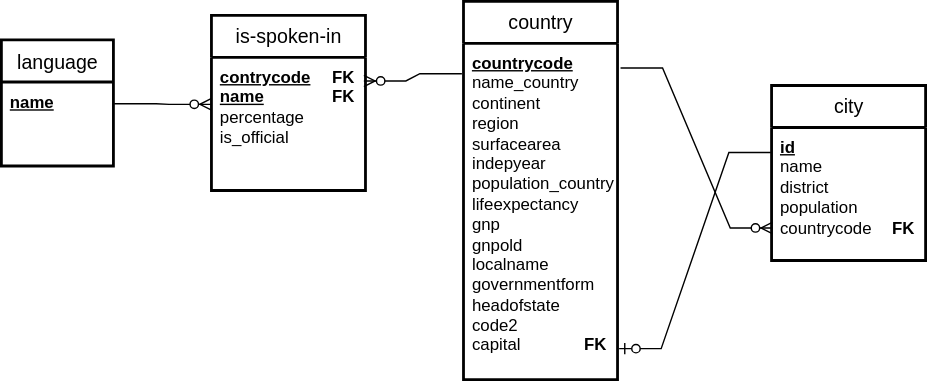
Before: images/modelisation/MRD_world1.svg, a diagram exported from draw.io (bgentou/MA15E045). Source tidied: cells renumbered, new cells last; positions are measured from the earlier drawing's top-left corner, leaving out a move shared by most shapes. The source it was exported from:
```xml
<mxGraphModel>
  <root>
    <mxCell id="0" />
    <mxCell id="1" parent="0" />
    <mxCell id="2" value="language" style="swimlane;horizontal=1;startSize=30;rounded=1;fontSize=14;fontStyle=0;strokeWidth=2;shadow=0;dashed=0;align=center;arcSize=0;whiteSpace=wrap;html=1;" parent="1" vertex="1">
      <mxGeometry y="27.5" width="80" height="90" as="geometry" />
    </mxCell>
    <mxCell id="3" value="&lt;div&gt;&lt;b&gt;&lt;u&gt;name&lt;/u&gt;&lt;/b&gt;&lt;/div&gt;" style="align=left;strokeColor=none;fillColor=none;spacingLeft=4;spacingRight=4;fontSize=12;verticalAlign=top;html=1;whiteSpace=wrap;" parent="2" vertex="1">
      <mxGeometry y="30" width="80" height="60" as="geometry" />
    </mxCell>
    <mxCell id="4" value="country" style="swimlane;horizontal=1;startSize=30;rounded=1;fontSize=14;fontStyle=0;strokeWidth=2;shadow=0;dashed=0;align=center;arcSize=0;whiteSpace=wrap;html=1;" parent="1" vertex="1">
      <mxGeometry x="330" width="110" height="270" as="geometry" />
    </mxCell>
    <mxCell id="5" value="&lt;u&gt;&lt;b&gt;countrycode&lt;/b&gt;&lt;/u&gt;&lt;br&gt;&lt;div&gt;name_country&lt;/div&gt;&lt;div&gt;continent&lt;/div&gt;&lt;div&gt;region&lt;/div&gt;&lt;div&gt;surfacearea&lt;/div&gt;&lt;div&gt;indepyear&lt;/div&gt;&lt;div&gt;population_country&lt;/div&gt;&lt;div&gt;lifeexpectancy&lt;/div&gt;&lt;div&gt;gnp&lt;/div&gt;&lt;div&gt;gnpold&lt;/div&gt;&lt;div&gt;localname&lt;/div&gt;&lt;div&gt;governmentform&lt;/div&gt;&lt;div&gt;headofstate&lt;/div&gt;&lt;div&gt;&lt;span style=&quot;background-color: transparent; color: light-dark(rgb(0, 0, 0), rgb(255, 255, 255));&quot;&gt;code2&lt;/span&gt;&lt;/div&gt;&lt;div&gt;&lt;span style=&quot;background-color: transparent; color: light-dark(rgb(0, 0, 0), rgb(255, 255, 255));&quot;&gt;capital&lt;span style=&quot;white-space: pre;&quot;&gt;&#9;&lt;span style=&quot;white-space: pre;&quot;&gt;&#9;&lt;/span&gt;&lt;/span&gt;&lt;b&gt;FK&lt;/b&gt;&lt;/span&gt;&lt;/div&gt;" style="align=left;strokeColor=none;fillColor=none;spacingLeft=4;spacingRight=4;fontSize=12;verticalAlign=top;html=1;whiteSpace=wrap;" parent="4" vertex="1">
      <mxGeometry y="30" width="110" height="240" as="geometry" />
    </mxCell>
    <mxCell id="6" value="city" style="swimlane;horizontal=1;startSize=30;rounded=1;fontSize=14;fontStyle=0;strokeWidth=2;shadow=0;dashed=0;align=center;arcSize=0;whiteSpace=wrap;html=1;" parent="1" vertex="1">
      <mxGeometry x="550" y="60" width="110" height="125" as="geometry" />
    </mxCell>
    <mxCell id="7" value="&lt;div&gt;&lt;b&gt;&lt;u&gt;id&lt;span style=&quot;white-space: pre;&quot;&gt;&#9;&lt;/span&gt;&lt;/u&gt;&lt;/b&gt;&lt;/div&gt;&lt;div&gt;name&lt;/div&gt;&lt;div&gt;district&lt;/div&gt;&lt;div&gt;population&lt;/div&gt;&lt;div&gt;countrycode&lt;span style=&quot;white-space: pre;&quot;&gt;&#9;&lt;/span&gt;&lt;b&gt;FK&lt;/b&gt;&amp;nbsp;&lt;/div&gt;" style="align=left;strokeColor=none;fillColor=none;spacingLeft=4;spacingRight=4;fontSize=12;verticalAlign=top;html=1;whiteSpace=wrap;" parent="6" vertex="1">
      <mxGeometry y="30" width="110" height="95" as="geometry" />
    </mxCell>
    <mxCell id="8" style="edgeStyle=orthogonalEdgeStyle;rounded=0;orthogonalLoop=1;jettySize=auto;html=1;exitX=0.5;exitY=1;exitDx=0;exitDy=0;" parent="6" edge="1" source="7" target="7">
      <mxGeometry relative="1" as="geometry" />
    </mxCell>
    <mxCell id="9" value="is-spoken-in" style="swimlane;horizontal=1;startSize=30;rounded=1;fontSize=14;fontStyle=0;strokeWidth=2;shadow=0;dashed=0;align=center;arcSize=0;whiteSpace=wrap;html=1;" parent="1" vertex="1">
      <mxGeometry x="150" y="10" width="110" height="125" as="geometry" />
    </mxCell>
    <mxCell id="10" value="&lt;div&gt;&lt;b&gt;&lt;u&gt;contrycode&lt;/u&gt;&lt;/b&gt;&lt;b style=&quot;background-color: transparent; color: light-dark(rgb(0, 0, 0), rgb(255, 255, 255));&quot;&gt;&lt;span style=&quot;white-space: pre;&quot;&gt;&#9;&lt;/span&gt;FK&lt;/b&gt;&lt;/div&gt;&lt;div&gt;&lt;b&gt;&lt;u&gt;name&lt;/u&gt;&lt;span style=&quot;white-space: pre;&quot;&gt;&#9;&lt;/span&gt;&lt;span style=&quot;white-space: pre;&quot;&gt;&#9;&lt;/span&gt;FK&lt;/b&gt;&lt;/div&gt;&lt;div&gt;percentage&lt;/div&gt;&lt;div&gt;is_official&lt;/div&gt;&lt;div&gt;&lt;b&gt;&lt;u&gt;&lt;br&gt;&lt;/u&gt;&lt;/b&gt;&lt;/div&gt;" style="align=left;strokeColor=none;fillColor=none;spacingLeft=4;spacingRight=4;fontSize=12;verticalAlign=top;html=1;whiteSpace=wrap;" parent="9" vertex="1">
      <mxGeometry y="30" width="110" height="95" as="geometry" />
    </mxCell>
    <mxCell id="11" style="edgeStyle=entityRelationEdgeStyle;fontSize=12;html=1;endArrow=ERzeroToOne;endFill=1;rounded=0;entryX=1.006;entryY=0.906;entryDx=0;entryDy=0;entryPerimeter=0;exitX=-0.009;exitY=0.183;exitDx=0;exitDy=0;exitPerimeter=0;" parent="1" edge="1" source="7" target="5">
      <mxGeometry relative="1" as="geometry" />
    </mxCell>
    <mxCell id="12" style="edgeStyle=entityRelationEdgeStyle;fontSize=12;html=1;endArrow=ERzeroToMany;endFill=1;rounded=0;exitX=-0.015;exitY=0.088;exitDx=0;exitDy=0;exitPerimeter=0;entryX=0.985;entryY=0.171;entryDx=0;entryDy=0;entryPerimeter=0;" parent="1" edge="1" source="5" target="10">
      <mxGeometry relative="1" as="geometry" />
    </mxCell>
    <mxCell id="13" style="edgeStyle=entityRelationEdgeStyle;fontSize=12;html=1;endArrow=ERzeroToMany;endFill=1;rounded=0;exitX=1;exitY=0.25;exitDx=0;exitDy=0;entryX=-0.007;entryY=0.347;entryDx=0;entryDy=0;entryPerimeter=0;" parent="1" edge="1" source="3" target="10">
      <mxGeometry relative="1" as="geometry" />
    </mxCell>
    <mxCell id="14" style="edgeStyle=entityRelationEdgeStyle;fontSize=12;html=1;endArrow=ERzeroToMany;endFill=1;rounded=0;exitX=1.015;exitY=0.071;exitDx=0;exitDy=0;exitPerimeter=0;entryX=0;entryY=0.75;entryDx=0;entryDy=0;" parent="1" edge="1" source="5" target="7">
      <mxGeometry relative="1" as="geometry" />
    </mxCell>
  </root>
</mxGraphModel>
```
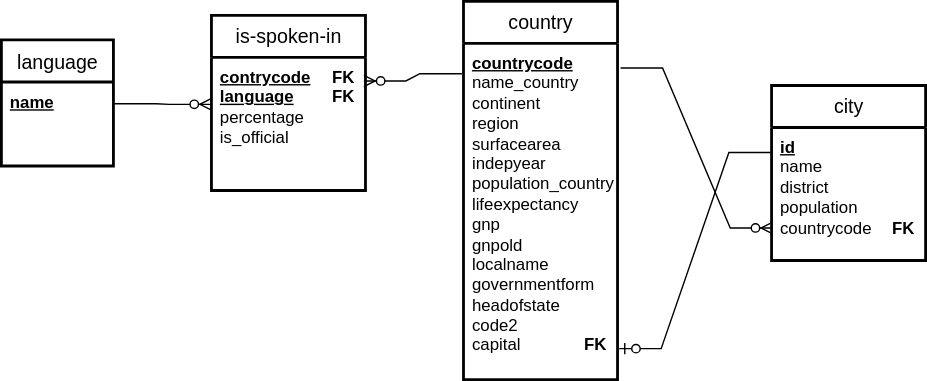
The same diagram one commit later.

Diff of the diagram source:
```diff
@@ -26,7 +26,7 @@
     <mxCell id="9" value="is-spoken-in" style="swimlane;horizontal=1;startSize=30;rounded=1;fontSize=14;fontStyle=0;strokeWidth=2;shadow=0;dashed=0;align=center;arcSize=0;whiteSpace=wrap;html=1;" parent="1" vertex="1">
       <mxGeometry x="150" y="10" width="110" height="125" as="geometry" />
     </mxCell>
-    <mxCell id="10" value="&lt;div&gt;&lt;b&gt;&lt;u&gt;contrycode&lt;/u&gt;&lt;/b&gt;&lt;b style=&quot;background-color: transparent; color: light-dark(rgb(0, 0, 0), rgb(255, 255, 255));&quot;&gt;&lt;span style=&quot;white-space: pre;&quot;&gt;&#9;&lt;/span&gt;FK&lt;/b&gt;&lt;/div&gt;&lt;div&gt;&lt;b&gt;&lt;u&gt;name&lt;/u&gt;&lt;span style=&quot;white-space: pre;&quot;&gt;&#9;&lt;/span&gt;&lt;span style=&quot;white-space: pre;&quot;&gt;&#9;&lt;/span&gt;FK&lt;/b&gt;&lt;/div&gt;&lt;div&gt;percentage&lt;/div&gt;&lt;div&gt;is_official&lt;/div&gt;&lt;div&gt;&lt;b&gt;&lt;u&gt;&lt;br&gt;&lt;/u&gt;&lt;/b&gt;&lt;/div&gt;" style="align=left;strokeColor=none;fillColor=none;spacingLeft=4;spacingRight=4;fontSize=12;verticalAlign=top;html=1;whiteSpace=wrap;" parent="9" vertex="1">
+    <mxCell id="10" value="&lt;div&gt;&lt;b&gt;&lt;u&gt;contrycode&lt;/u&gt;&lt;/b&gt;&lt;b style=&quot;background-color: transparent; color: light-dark(rgb(0, 0, 0), rgb(255, 255, 255));&quot;&gt;&lt;span style=&quot;white-space: pre;&quot;&gt;&#9;&lt;/span&gt;FK&lt;/b&gt;&lt;/div&gt;&lt;div&gt;&lt;b&gt;&lt;u&gt;language&lt;/u&gt;&lt;span style=&quot;white-space: pre;&quot;&gt;&#9;&lt;/span&gt;FK&lt;/b&gt;&lt;/div&gt;&lt;div&gt;percentage&lt;/div&gt;&lt;div&gt;is_official&lt;/div&gt;&lt;div&gt;&lt;b&gt;&lt;u&gt;&lt;br&gt;&lt;/u&gt;&lt;/b&gt;&lt;/div&gt;" style="align=left;strokeColor=none;fillColor=none;spacingLeft=4;spacingRight=4;fontSize=12;verticalAlign=top;html=1;whiteSpace=wrap;" parent="9" vertex="1">
       <mxGeometry y="30" width="110" height="95" as="geometry" />
     </mxCell>
     <mxCell id="11" style="edgeStyle=entityRelationEdgeStyle;fontSize=12;html=1;endArrow=ERzeroToOne;endFill=1;rounded=0;entryX=1.006;entryY=0.906;entryDx=0;entryDy=0;entryPerimeter=0;exitX=-0.009;exitY=0.183;exitDx=0;exitDy=0;exitPerimeter=0;" parent="1" edge="1" source="7" target="5">
```
